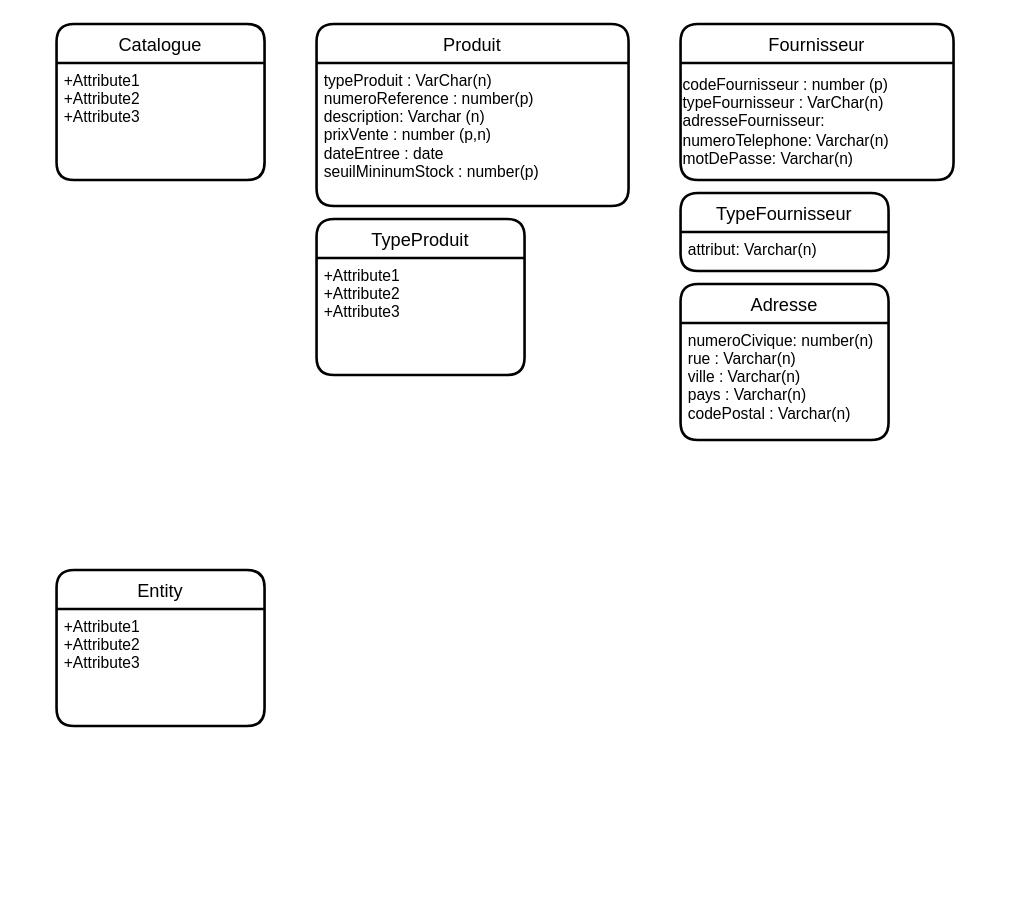
Before: Untitled Diagram.drawio in RaphaelJ-S/inf3080-tp, a draw.io diagram. Source tidied: cells renumbered, new cells numbered last; positions are measured from the earlier drawing's top-left corner, leaving out a move shared by most shapes. Both pictures are drawn from the tidied source at 130%, with x=0, y=0 at pixel (56, 23).
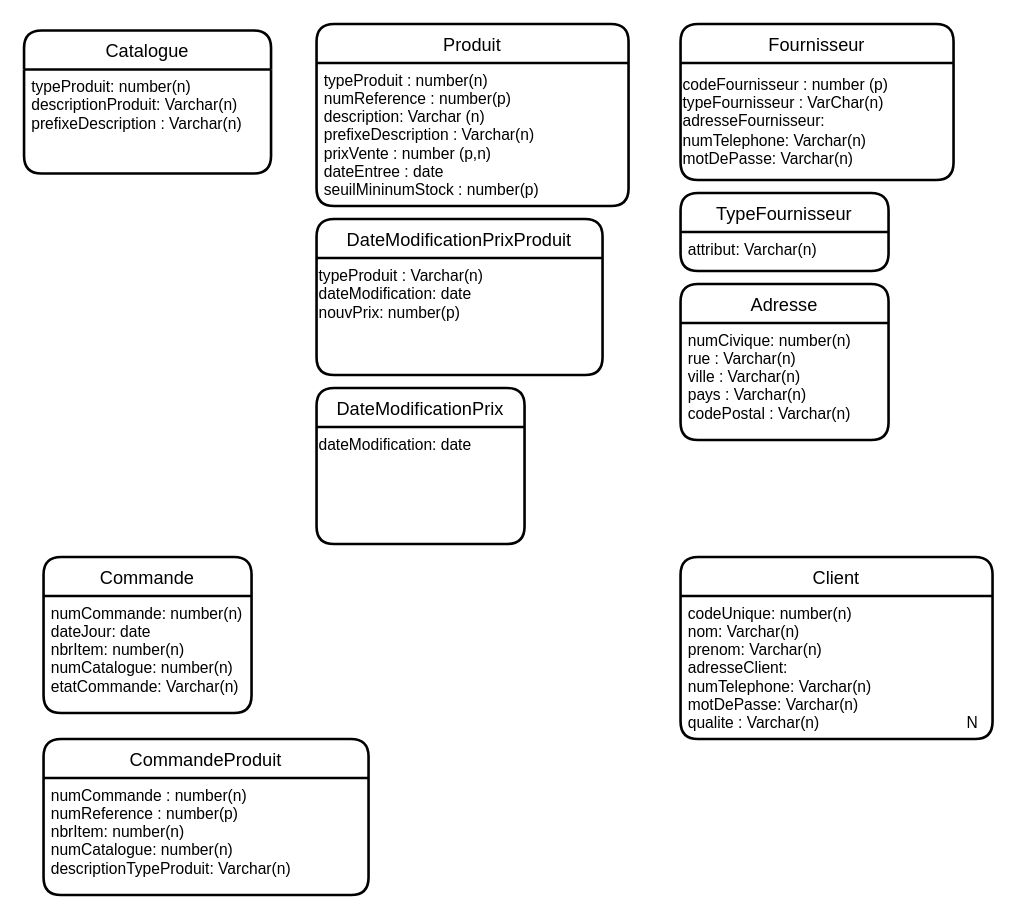
After the change.

Commit message:
Ajout Classe Catalogue

The change refers to these unchanged cells:
```xml
<mxCell id="4" value="Fournisseur" style="swimlane;horizontal=1;startSize=30;rounded=1;fontSize=14;fontStyle=0;strokeWidth=2;shadow=0;dashed=0;align=center;" parent="1" vertex="1">
  <mxGeometry x="480" width="210" height="120" as="geometry" />
</mxCell>
<mxCell id="6" value="Produit" style="swimlane;horizontal=1;startSize=30;rounded=1;fontSize=14;fontStyle=0;strokeWidth=2;shadow=0;dashed=0;align=center;" parent="1" vertex="1">
  <mxGeometry x="200" width="240" height="140" as="geometry" />
</mxCell>
<mxCell id="12" value="Adresse" style="swimlane;horizontal=1;startSize=30;rounded=1;fontSize=14;fontStyle=0;strokeWidth=2;shadow=0;dashed=0;align=center;" parent="1" vertex="1">
  <mxGeometry x="480" y="200" width="160" height="120" as="geometry" />
</mxCell>
```

Diff of the diagram source:
```diff
@@
-    <mxCell id="2" value="Catalogue" style="swimlane;horizontal=1;startSize=30;rounded=1;fontSize=14;fontStyle=0;strokeWidth=2;shadow=0;dashed=0;align=center;" parent="1" vertex="1">
-      <mxGeometry width="160" height="120" as="geometry" />
-    </mxCell>
-    <mxCell id="3" value="+Attribute1&#10;+Attribute2&#10;+Attribute3" style="align=left;strokeColor=none;fillColor=none;spacingLeft=4;fontSize=12;verticalAlign=top;" parent="2" vertex="1">
-      <mxGeometry y="30" width="160" height="90" as="geometry" />
-    </mxCell>
@@
-    <mxCell id="5" value="codeFournisseur : number (p)&lt;br&gt;&lt;div&gt;&lt;span&gt;typeFournisseur : VarChar(n)&lt;/span&gt;&lt;/div&gt;&lt;div&gt;&lt;span&gt;adresseFournisseur:&lt;/span&gt;&lt;/div&gt;&lt;div&gt;&lt;span&gt;numeroTelephone: Varchar(n)&lt;/span&gt;&lt;/div&gt;&lt;div&gt;&lt;span&gt;motDePasse: Varchar(n)&amp;nbsp;&amp;nbsp;&lt;/span&gt;&lt;/div&gt;" style="text;html=1;align=left;verticalAlign=middle;" parent="4" vertex="1">
+    <mxCell id="5" value="codeFournisseur : number (p)&lt;br&gt;&lt;div&gt;&lt;span&gt;typeFournisseur : VarChar(n)&lt;/span&gt;&lt;/div&gt;&lt;div&gt;&lt;span&gt;adresseFournisseur:&lt;/span&gt;&lt;/div&gt;&lt;div&gt;&lt;span&gt;numTelephone: Varchar(n)&lt;/span&gt;&lt;/div&gt;&lt;div&gt;&lt;span&gt;motDePasse: Varchar(n)&amp;nbsp;&amp;nbsp;&lt;/span&gt;&lt;/div&gt;" style="text;html=1;align=left;verticalAlign=middle;" parent="4" vertex="1">
       <mxGeometry y="30" width="210" height="90" as="geometry" />
     </mxCell>
@@
-    <mxCell id="7" value="typeProduit : VarChar(n)&#10;numeroReference : number(p)               &#10;description: Varchar (n)&#10;prixVente : number (p,n)&#10;dateEntree : date&#10;seuilMininumStock : number(p)" style="align=left;strokeColor=none;fillColor=none;spacingLeft=4;fontSize=12;verticalAlign=top;" parent="6" vertex="1">
+    <mxCell id="7" value="typeProduit : number(n)&#10;numReference : number(p)               &#10;description: Varchar (n)&#10;prefixeDescription : Varchar(n)&#10;prixVente : number (p,n)&#10;dateEntree : date&#10;seuilMininumStock : number(p)" style="align=left;strokeColor=none;fillColor=none;spacingLeft=4;fontSize=12;verticalAlign=top;" parent="6" vertex="1">
       <mxGeometry y="30" width="240" height="110" as="geometry" />
     </mxCell>
-    <mxCell id="8" value="TypeProduit" style="swimlane;horizontal=1;startSize=30;rounded=1;fontSize=14;fontStyle=0;strokeWidth=2;shadow=0;dashed=0;align=center;" parent="1" vertex="1">
-      <mxGeometry x="200" y="150" width="160" height="120" as="geometry" />
-    </mxCell>
-    <mxCell id="9" value="+Attribute1&#10;+Attribute2&#10;+Attribute3" style="align=left;strokeColor=none;fillColor=none;spacingLeft=4;fontSize=12;verticalAlign=top;" parent="8" vertex="1">
-      <mxGeometry y="30" width="160" height="90" as="geometry" />
-    </mxCell>
@@
-    <mxCell id="13" value="numeroCivique: number(n)&#10;rue : Varchar(n)&#10;ville : Varchar(n)&#10;pays : Varchar(n)&#10;codePostal : Varchar(n)" style="align=left;strokeColor=none;fillColor=none;spacingLeft=4;fontSize=12;verticalAlign=top;" parent="12" vertex="1">
+    <mxCell id="13" value="numCivique: number(n)&#10;rue : Varchar(n)&#10;ville : Varchar(n)&#10;pays : Varchar(n)&#10;codePostal : Varchar(n)" style="align=left;strokeColor=none;fillColor=none;spacingLeft=4;fontSize=12;verticalAlign=top;" parent="12" vertex="1">
       <mxGeometry y="30" width="160" height="90" as="geometry" />
     </mxCell>
+    <mxCell id="16" value="DateModificationPrixProduit" style="swimlane;horizontal=1;startSize=30;rounded=1;fontSize=14;fontStyle=0;strokeWidth=2;shadow=0;dashed=0;align=center;" parent="1" vertex="1">
+      <mxGeometry x="200" y="150" width="220" height="120" as="geometry" />
+    </mxCell>
+    <mxCell id="17" value="&lt;div&gt;&lt;span&gt;typeProduit : Varchar(n)&lt;/span&gt;&lt;/div&gt;dateModification: date&lt;br&gt;nouvPrix: number(p)" style="text;html=1;align=left;verticalAlign=top;" parent="16" vertex="1">
+      <mxGeometry y="30" width="220" height="90" as="geometry" />
+    </mxCell>
+    <mxCell id="18" value="DateModificationPrix" style="swimlane;horizontal=1;startSize=30;rounded=1;fontSize=14;fontStyle=0;strokeWidth=2;shadow=0;dashed=0;align=center;" parent="1" vertex="1">
+      <mxGeometry x="200" y="280" width="160" height="120" as="geometry" />
+    </mxCell>
+    <mxCell id="19" value="dateModification: date&lt;br&gt;&lt;br&gt;" style="text;html=1;align=left;verticalAlign=top;" parent="18" vertex="1">
+      <mxGeometry y="30" width="160" height="90" as="geometry" />
+    </mxCell>
-    <mxCell id="14" value="Entity" style="swimlane;horizontal=1;startSize=30;rounded=1;fontSize=14;fontStyle=0;strokeWidth=2;shadow=0;dashed=0;align=center;" parent="1" vertex="1">
-      <mxGeometry y="420" width="160" height="120" as="geometry" />
+    <mxCell id="14" value="Client" style="swimlane;horizontal=1;startSize=30;rounded=1;fontSize=14;fontStyle=0;strokeWidth=2;shadow=0;dashed=0;align=center;" parent="1" vertex="1">
+      <mxGeometry x="480" y="410" width="240" height="140" as="geometry" />
     </mxCell>
-    <mxCell id="15" value="+Attribute1&#10;+Attribute2&#10;+Attribute3" style="align=left;strokeColor=none;fillColor=none;spacingLeft=4;fontSize=12;verticalAlign=top;" parent="14" vertex="1">
-      <mxGeometry y="30" width="160" height="90" as="geometry" />
+    <mxCell id="15" value="codeUnique: number(n)&#10;nom: Varchar(n)&#10;prenom: Varchar(n)&#10;adresseClient:&#10;numTelephone: Varchar(n)&#10;motDePasse: Varchar(n)&#10;qualite : Varchar(n)                                  N&#10;" style="align=left;strokeColor=none;fillColor=none;spacingLeft=4;fontSize=12;verticalAlign=top;" parent="14" vertex="1">
+      <mxGeometry y="30" width="240" height="110" as="geometry" />
     </mxCell>
+    <mxCell id="20" value="Commande" style="swimlane;horizontal=1;startSize=30;rounded=1;fontSize=14;fontStyle=0;strokeWidth=2;shadow=0;dashed=0;align=center;" parent="1" vertex="1">
+      <mxGeometry x="-10" y="410" width="160" height="120" as="geometry" />
+    </mxCell>
+    <mxCell id="21" value="numCommande: number(n)&#10;dateJour: date&#10;nbrItem: number(n)&#10;numCatalogue: number(n)&#10;etatCommande: Varchar(n)&#10;" style="align=left;strokeColor=none;fillColor=none;spacingLeft=4;fontSize=12;verticalAlign=top;" parent="20" vertex="1">
+      <mxGeometry y="30" width="160" height="90" as="geometry" />
+    </mxCell>
+    <mxCell id="22" value="CommandeProduit" style="swimlane;horizontal=1;startSize=30;rounded=1;fontSize=14;fontStyle=0;strokeWidth=2;shadow=0;dashed=0;align=center;" parent="1" vertex="1">
+      <mxGeometry x="-10" y="550" width="250" height="120" as="geometry" />
+    </mxCell>
+    <mxCell id="23" value="numCommande : number(n)&#10;numReference : number(p)&#10;nbrItem: number(n)&#10;numCatalogue: number(n)&#10;descriptionTypeProduit: Varchar(n)" style="align=left;strokeColor=none;fillColor=none;spacingLeft=4;fontSize=12;verticalAlign=top;" parent="22" vertex="1">
+      <mxGeometry y="30" width="250" height="90" as="geometry" />
+    </mxCell>
+    <mxCell id="2" value="Catalogue" style="swimlane;horizontal=1;startSize=30;rounded=1;fontSize=14;fontStyle=0;strokeWidth=2;shadow=0;dashed=0;align=center;" parent="1" vertex="1">
+      <mxGeometry x="-25" y="5" width="190" height="110" as="geometry" />
+    </mxCell>
+    <mxCell id="3" value="typeProduit: number(n)&#10;descriptionProduit: Varchar(n)&#10;prefixeDescription : Varchar(n)" style="align=left;strokeColor=none;fillColor=none;spacingLeft=4;fontSize=12;verticalAlign=top;" parent="2" vertex="1">
+      <mxGeometry y="30" width="190" height="80" as="geometry" />
+    </mxCell>
```
